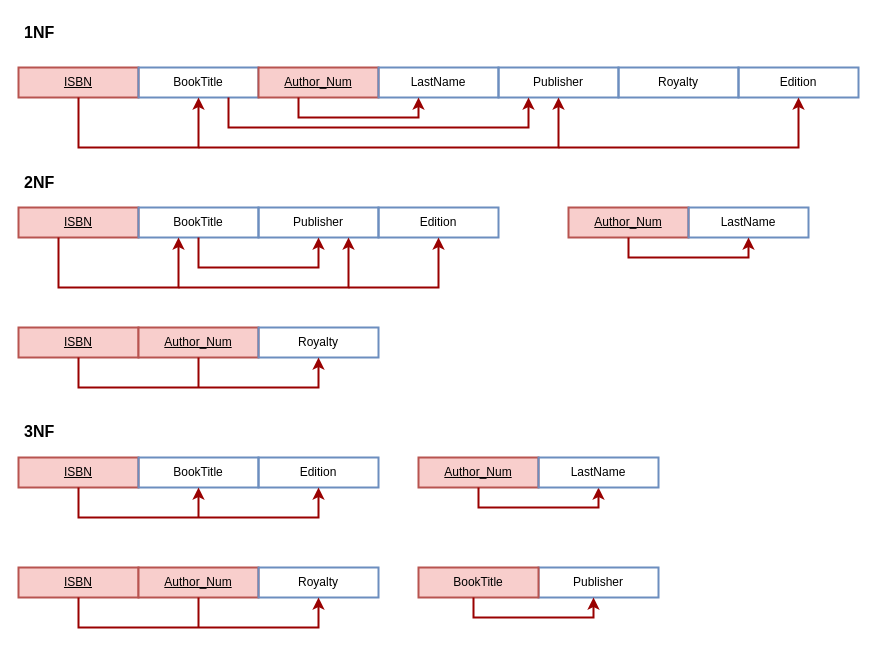
Earlier version of the draw.io diagram week03/Untitled Diagram.drawio (Verokeli/demo02). Source tidied: cells renumbered, new cells numbered last; positions are measured from the earlier drawing's top-left corner, leaving out a move shared by most shapes. Both pictures are drawn from the tidied source at 100%, with x=0, y=0 at pixel (18, 17).
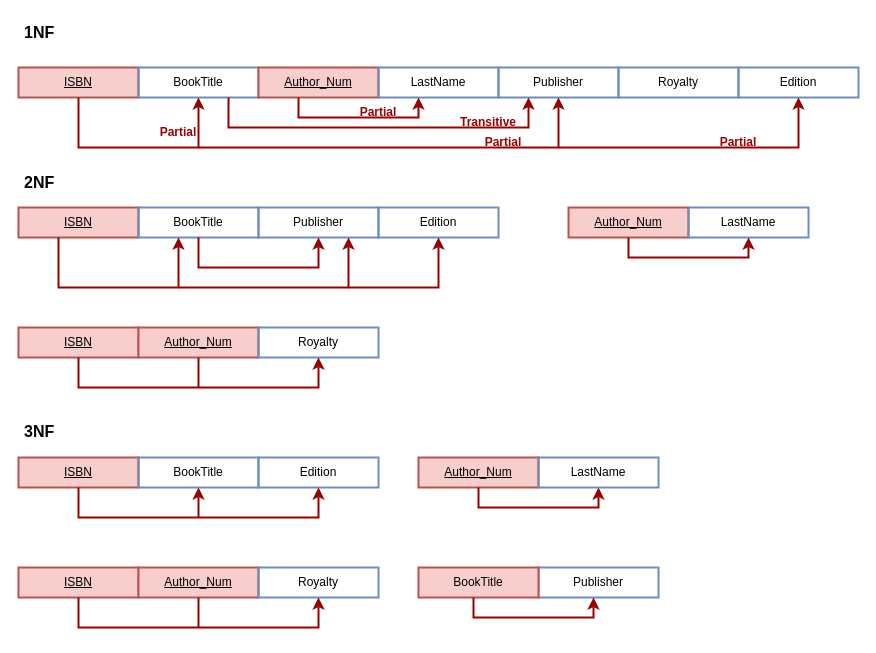
The same page after the edit.

Change to the diagram source:
```diff
@@
+    <mxCell id="49" value="Transitive" style="text;html=1;align=center;verticalAlign=middle;whiteSpace=wrap;rounded=0;fontColor=#990000;fontStyle=1;" parent="1" vertex="1">
+      <mxGeometry x="440" y="90" width="60" height="30" as="geometry" />
+    </mxCell>
+    <mxCell id="50" value="Partial" style="text;html=1;align=center;verticalAlign=middle;whiteSpace=wrap;rounded=0;fontColor=#990000;fontStyle=1;" parent="1" vertex="1">
+      <mxGeometry x="330" y="80" width="60" height="30" as="geometry" />
+    </mxCell>
+    <mxCell id="51" value="Partial" style="text;html=1;align=center;verticalAlign=middle;whiteSpace=wrap;rounded=0;fontColor=#990000;fontStyle=1;" parent="1" vertex="1">
+      <mxGeometry x="455" y="110" width="60" height="30" as="geometry" />
+    </mxCell>
+    <mxCell id="52" value="Partial" style="text;html=1;align=center;verticalAlign=middle;whiteSpace=wrap;rounded=0;fontColor=#990000;fontStyle=1;" parent="1" vertex="1">
+      <mxGeometry x="690" y="110" width="60" height="30" as="geometry" />
+    </mxCell>
+    <mxCell id="53" value="Partial" style="text;html=1;align=center;verticalAlign=middle;whiteSpace=wrap;rounded=0;fontColor=#990000;fontStyle=1;" parent="1" vertex="1">
+      <mxGeometry x="130" y="100" width="60" height="30" as="geometry" />
+    </mxCell>
```
